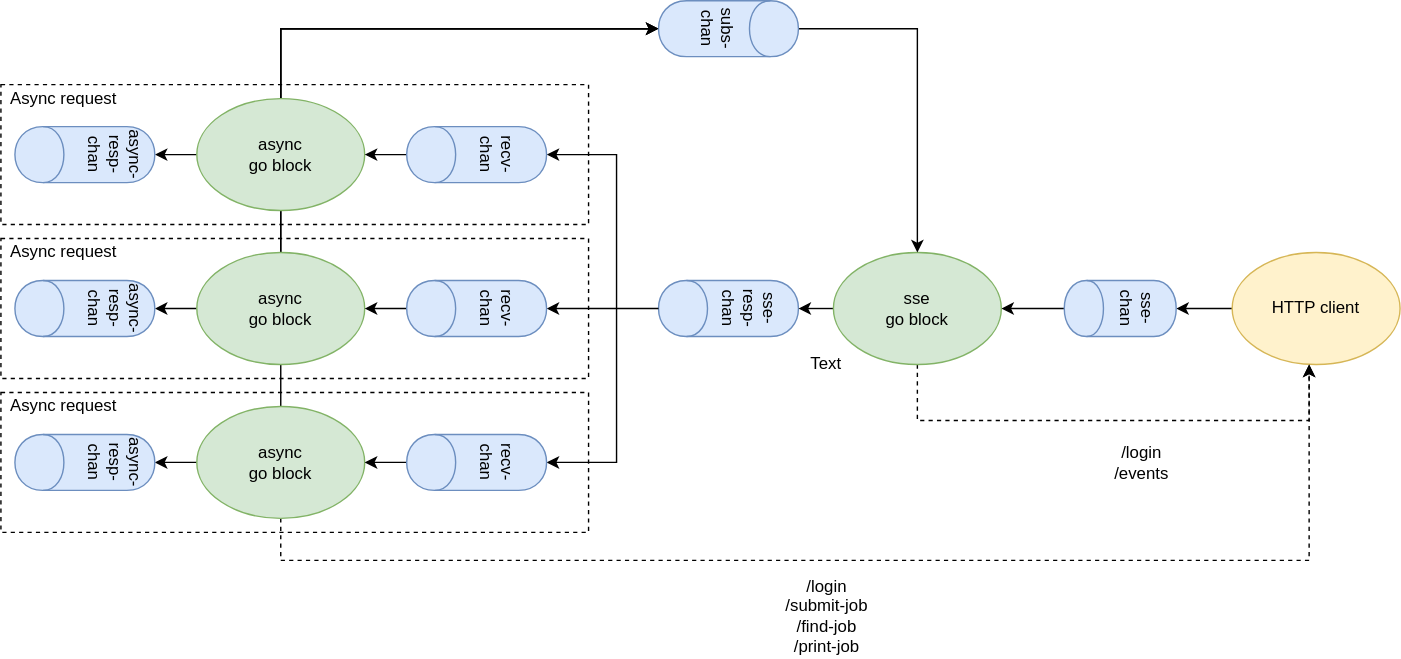
The draw.io diagram docs/clj-salt-api.svg in mkurtak/clj-salt-api, before a commit. Source tidied: cells renumbered, new cells last; positions are measured from the earlier drawing's top-left corner, leaving out a move shared by most shapes.
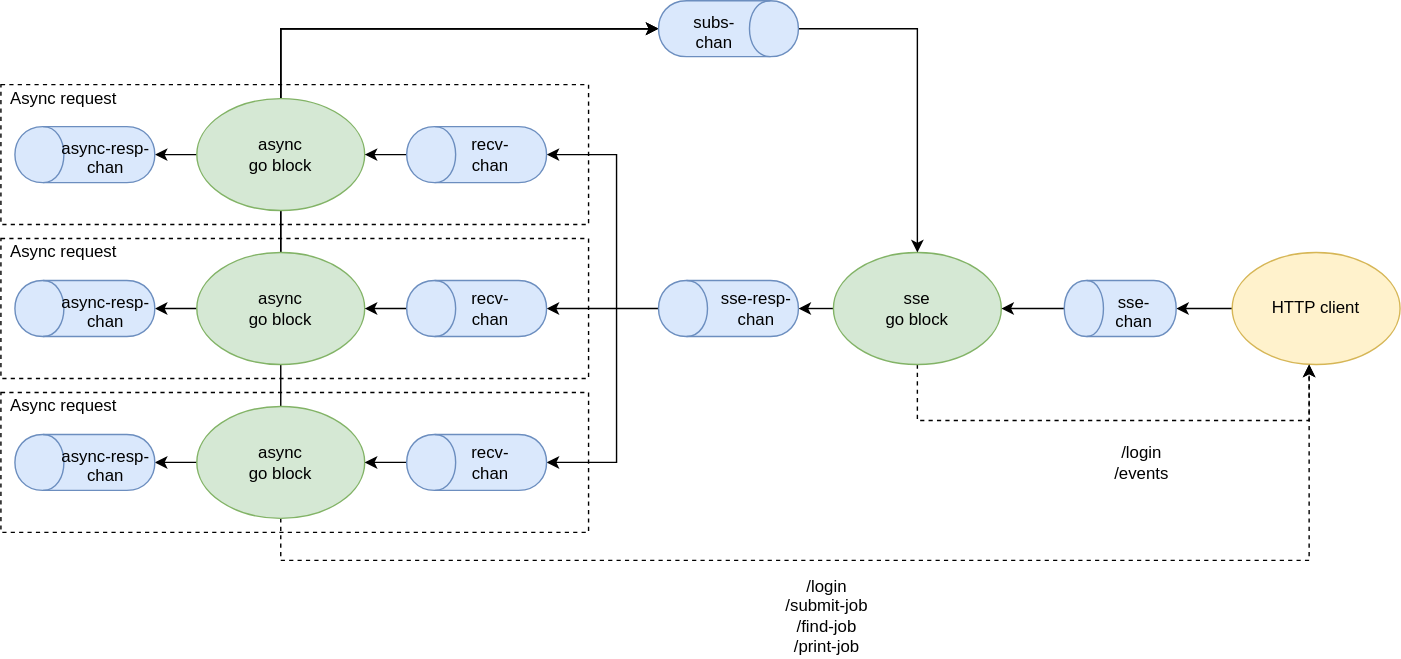
After the commit.

Change to the diagram source:
```diff
@@ -19,9 +19,6 @@
         </Array>
       </mxGeometry>
     </mxCell>
-    <mxCell id="6" value="sse-resp-chan&lt;br&gt;" style="shape=cylinder;whiteSpace=wrap;boundedLbl=1;backgroundOutline=1;rotation=90;fillColor=#dae8fc;strokeColor=#6c8ebf;flipH=0;direction=east;flipV=1;html=1;labelPosition=center;verticalLabelPosition=middle;align=center;verticalAlign=middle;" parent="1" vertex="1">
-      <mxGeometry x="500" y="200" width="40" height="100" as="geometry" />
-    </mxCell>
     <mxCell id="7" style="edgeStyle=orthogonalEdgeStyle;rounded=0;jettySize=auto;html=1;exitX=0.5;exitY=0;exitDx=0;exitDy=0;entryX=0.5;entryY=1;entryDx=0;entryDy=0;" parent="1" edge="1" source="24" target="19">
       <mxGeometry relative="1" as="geometry">
         <Array as="points">
@@ -45,9 +42,6 @@
     <mxCell id="11" style="edgeStyle=orthogonalEdgeStyle;rounded=0;jettySize=auto;html=1;exitX=0.5;exitY=1;exitDx=0;exitDy=0;" parent="1" edge="1" source="12" target="15">
       <mxGeometry relative="1" as="geometry" />
     </mxCell>
-    <mxCell id="12" value="sse-chan" style="shape=cylinder;whiteSpace=wrap;html=1;boundedLbl=1;backgroundOutline=1;rotation=90;fillColor=#dae8fc;strokeColor=#6c8ebf;flipV=1;" parent="1" vertex="1">
-      <mxGeometry x="780" y="210" width="40" height="80" as="geometry" />
-    </mxCell>
     <mxCell id="13" style="edgeStyle=orthogonalEdgeStyle;rounded=0;jettySize=auto;html=1;exitX=0;exitY=0.5;exitDx=0;exitDy=0;entryX=0.5;entryY=0;entryDx=0;entryDy=0;" parent="1" edge="1" source="15" target="6">
       <mxGeometry relative="1" as="geometry" />
     </mxCell>
@@ -78,9 +72,6 @@
     <mxCell id="18" style="edgeStyle=orthogonalEdgeStyle;rounded=0;jettySize=auto;html=1;exitX=0.5;exitY=0;exitDx=0;exitDy=0;entryX=0.5;entryY=0;entryDx=0;entryDy=0;" parent="1" edge="1" source="19" target="15">
       <mxGeometry relative="1" as="geometry" />
     </mxCell>
-    <mxCell id="19" value="&lt;div&gt;subs-chan&lt;/div&gt;&lt;div&gt;&lt;br&gt;&lt;/div&gt;" style="shape=cylinder;whiteSpace=wrap;html=1;boundedLbl=1;backgroundOutline=1;rotation=90;fillColor=#dae8fc;strokeColor=#6c8ebf;" parent="1" vertex="1">
-      <mxGeometry x="500" width="40" height="100" as="geometry" />
-    </mxCell>
     <mxCell id="20" style="edgeStyle=orthogonalEdgeStyle;rounded=0;jettySize=auto;html=1;exitX=0;exitY=0.5;exitDx=0;exitDy=0;" parent="1" edge="1" source="22" target="36">
       <mxGeometry relative="1" as="geometry" />
     </mxCell>
@@ -114,39 +105,18 @@
     <mxCell id="28" style="edgeStyle=orthogonalEdgeStyle;rounded=0;jettySize=auto;html=1;exitX=0.5;exitY=1;exitDx=0;exitDy=0;entryX=1;entryY=0.5;entryDx=0;entryDy=0;" parent="1" edge="1" source="29" target="22">
       <mxGeometry relative="1" as="geometry" />
     </mxCell>
-    <mxCell id="29" value="recv-chan" style="shape=cylinder;whiteSpace=wrap;html=1;boundedLbl=1;backgroundOutline=1;rotation=90;fillColor=#dae8fc;strokeColor=#6c8ebf;flipH=1;flipV=1;" parent="1" vertex="1">
-      <mxGeometry x="320" y="90" width="40" height="100" as="geometry" />
-    </mxCell>
     <mxCell id="30" style="edgeStyle=orthogonalEdgeStyle;rounded=0;jettySize=auto;html=1;exitX=0.5;exitY=1;exitDx=0;exitDy=0;entryX=1;entryY=0.5;entryDx=0;entryDy=0;" parent="1" edge="1" source="31" target="24">
       <mxGeometry relative="1" as="geometry" />
     </mxCell>
-    <mxCell id="31" value="recv-chan" style="shape=cylinder;whiteSpace=wrap;html=1;boundedLbl=1;backgroundOutline=1;rotation=90;fillColor=#dae8fc;strokeColor=#6c8ebf;flipV=1;" parent="1" vertex="1">
-      <mxGeometry x="320" y="200" width="40" height="100" as="geometry" />
-    </mxCell>
     <mxCell id="32" style="edgeStyle=orthogonalEdgeStyle;rounded=0;jettySize=auto;html=1;exitX=0.5;exitY=1;exitDx=0;exitDy=0;entryX=1;entryY=0.5;entryDx=0;entryDy=0;" parent="1" edge="1" source="33" target="27">
       <mxGeometry relative="1" as="geometry" />
     </mxCell>
-    <mxCell id="33" value="recv-chan" style="shape=cylinder;whiteSpace=wrap;html=1;boundedLbl=1;backgroundOutline=1;rotation=90;fillColor=#dae8fc;strokeColor=#6c8ebf;flipV=1;" parent="1" vertex="1">
-      <mxGeometry x="320" y="310" width="40" height="100" as="geometry" />
-    </mxCell>
-    <mxCell id="34" value="&lt;div&gt;async-&lt;/div&gt;&lt;div&gt;resp-chan&lt;/div&gt;&lt;div&gt;&lt;br&gt;&lt;/div&gt;" style="shape=cylinder;whiteSpace=wrap;html=1;boundedLbl=1;backgroundOutline=1;rotation=90;fillColor=#dae8fc;strokeColor=#6c8ebf;flipV=1;" parent="1" vertex="1">
-      <mxGeometry x="40" y="310" width="40" height="100" as="geometry" />
-    </mxCell>
-    <mxCell id="35" value="&lt;div&gt;async-resp-chan&lt;/div&gt;&lt;div&gt;&lt;br&gt;&lt;/div&gt;" style="shape=cylinder;whiteSpace=wrap;html=1;boundedLbl=1;backgroundOutline=1;rotation=90;fillColor=#dae8fc;strokeColor=#6c8ebf;flipV=1;" parent="1" vertex="1">
-      <mxGeometry x="40" y="200" width="40" height="100" as="geometry" />
-    </mxCell>
-    <mxCell id="36" value="async-resp-chan&lt;div&gt;&lt;br&gt;&lt;/div&gt;" style="shape=cylinder;whiteSpace=wrap;html=1;boundedLbl=1;backgroundOutline=1;rotation=90;fillColor=#dae8fc;strokeColor=#6c8ebf;flipV=1;" parent="1" vertex="1">
-      <mxGeometry x="40" y="90" width="40" height="100" as="geometry" />
-    </mxCell>
     <mxCell id="37" value="/login&lt;br&gt;&lt;div&gt;/events&lt;/div&gt;" style="text;html=1;align=center;verticalAlign=middle;" parent="1" vertex="1">
       <mxGeometry x="790" y="345" width="50" height="30" as="geometry" />
     </mxCell>
     <mxCell id="38" value="/login&lt;div&gt;/submit-job&lt;/div&gt;&lt;div&gt;/find-job&lt;/div&gt;&lt;div&gt;/print-job&lt;br&gt;&lt;/div&gt;" style="text;html=1;align=center;verticalAlign=middle;" parent="1" vertex="1">
       <mxGeometry x="555" y="440" width="70" height="60" as="geometry" />
     </mxCell>
-    <mxCell id="39" value="Text" style="text;html=1;strokeColor=none;fillColor=none;align=center;verticalAlign=middle;whiteSpace=wrap;rounded=0;dashed=1;" parent="1" vertex="1">
-      <mxGeometry x="570" y="280" width="40" height="20" as="geometry" />
-    </mxCell>
     <mxCell id="40" value="Async request" style="text;html=1;strokeColor=none;fillColor=none;align=center;verticalAlign=middle;whiteSpace=wrap;rounded=0;dashed=1;" parent="1" vertex="1">
       <mxGeometry y="90" width="90" height="20" as="geometry" />
     </mxCell>
@@ -156,5 +126,86 @@
     <mxCell id="42" value="Async request" style="text;html=1;strokeColor=none;fillColor=none;align=center;verticalAlign=middle;whiteSpace=wrap;rounded=0;dashed=1;" parent="1" vertex="1">
       <mxGeometry y="310" width="90" height="20" as="geometry" />
     </mxCell>
+    <mxCell id="43" style="group;" parent="1" vertex="1">
+      <mxGeometry x="470" y="30" width="100" height="40" as="geometry" />
+    </mxCell>
+    <mxCell id="19" style="shape=cylinder;whiteSpace=wrap;html=1;boundedLbl=1;backgroundOutline=1;rotation=90;fillColor=#dae8fc;strokeColor=#6c8ebf;" parent="43" vertex="1">
+      <mxGeometry x="30" y="-30" width="40" height="100" as="geometry" />
+    </mxCell>
+    <mxCell id="44" value="&lt;div&gt;subs-chan&lt;/div&gt;&lt;div&gt;&lt;br&gt;&lt;/div&gt;" style="text;html=1;strokeColor=none;fillColor=none;align=center;verticalAlign=middle;whiteSpace=wrap;rounded=0;" parent="43" vertex="1">
+      <mxGeometry x="20" y="20" width="40" height="20" as="geometry" />
+    </mxCell>
+    <mxCell id="45" style="group;" parent="1" vertex="1">
+      <mxGeometry x="470" y="230" width="100" height="40" as="geometry" />
+    </mxCell>
+    <mxCell id="6" style="shape=cylinder;whiteSpace=wrap;boundedLbl=1;backgroundOutline=1;rotation=90;fillColor=#dae8fc;strokeColor=#6c8ebf;flipH=0;direction=east;flipV=1;html=1;labelPosition=center;verticalLabelPosition=middle;align=center;verticalAlign=middle;" parent="45" vertex="1">
+      <mxGeometry x="30" y="-30" width="40" height="100" as="geometry" />
+    </mxCell>
+    <mxCell id="46" value="sse-resp-chan&lt;br&gt;" style="text;html=1;strokeColor=none;fillColor=none;align=center;verticalAlign=middle;whiteSpace=wrap;rounded=0;" parent="45" vertex="1">
+      <mxGeometry x="40" y="10" width="60" height="20" as="geometry" />
+    </mxCell>
+    <mxCell id="47" style="group;" parent="1" vertex="1">
+      <mxGeometry x="760" y="230" width="80" height="40" as="geometry" />
+    </mxCell>
+    <mxCell id="12" style="shape=cylinder;whiteSpace=wrap;html=1;boundedLbl=1;backgroundOutline=1;rotation=90;fillColor=#dae8fc;strokeColor=#6c8ebf;flipV=1;" parent="47" vertex="1">
+      <mxGeometry x="20" y="-20" width="40" height="80" as="geometry" />
+    </mxCell>
+    <mxCell id="48" value="sse-chan&lt;div&gt;&lt;br&gt;&lt;/div&gt;" style="text;html=1;strokeColor=none;fillColor=none;align=center;verticalAlign=middle;whiteSpace=wrap;rounded=0;" parent="47" vertex="1">
+      <mxGeometry x="30" y="20" width="40" height="20" as="geometry" />
+    </mxCell>
+    <mxCell id="49" style="group;" parent="1" vertex="1">
+      <mxGeometry x="290" y="120" width="100" height="40" as="geometry" />
+    </mxCell>
+    <mxCell id="29" style="shape=cylinder;whiteSpace=wrap;html=1;boundedLbl=1;backgroundOutline=1;rotation=90;fillColor=#dae8fc;strokeColor=#6c8ebf;flipH=1;flipV=1;" parent="49" vertex="1">
+      <mxGeometry x="30" y="-30" width="40" height="100" as="geometry" />
+    </mxCell>
+    <mxCell id="50" value="&lt;div&gt;recv-chan&lt;/div&gt;" style="text;html=1;strokeColor=none;fillColor=none;align=center;verticalAlign=middle;whiteSpace=wrap;rounded=0;" parent="49" vertex="1">
+      <mxGeometry x="40" y="10" width="40" height="20" as="geometry" />
+    </mxCell>
+    <mxCell id="51" style="group;" parent="1" vertex="1">
+      <mxGeometry x="290" y="230" width="100" height="40" as="geometry" />
+    </mxCell>
+    <mxCell id="31" style="shape=cylinder;whiteSpace=wrap;html=1;boundedLbl=1;backgroundOutline=1;rotation=90;fillColor=#dae8fc;strokeColor=#6c8ebf;flipV=1;" parent="51" vertex="1">
+      <mxGeometry x="30" y="-30" width="40" height="100" as="geometry" />
+    </mxCell>
+    <mxCell id="52" value="&lt;div&gt;recv-chan&lt;/div&gt;" style="text;html=1;strokeColor=none;fillColor=none;align=center;verticalAlign=middle;whiteSpace=wrap;rounded=0;" parent="51" vertex="1">
+      <mxGeometry x="40" y="10" width="40" height="20" as="geometry" />
+    </mxCell>
+    <mxCell id="53" style="group;" parent="1" vertex="1">
+      <mxGeometry x="290" y="340" width="100" height="40" as="geometry" />
+    </mxCell>
+    <mxCell id="33" style="shape=cylinder;whiteSpace=wrap;html=1;boundedLbl=1;backgroundOutline=1;rotation=90;fillColor=#dae8fc;strokeColor=#6c8ebf;flipV=1;" parent="53" vertex="1">
+      <mxGeometry x="30" y="-30" width="40" height="100" as="geometry" />
+    </mxCell>
+    <mxCell id="54" value="&lt;div&gt;recv-chan&lt;/div&gt;" style="text;html=1;strokeColor=none;fillColor=none;align=center;verticalAlign=middle;whiteSpace=wrap;rounded=0;" parent="53" vertex="1">
+      <mxGeometry x="40" y="10" width="40" height="20" as="geometry" />
+    </mxCell>
+    <mxCell id="55" style="group;" parent="1" vertex="1">
+      <mxGeometry x="10" y="340" width="100" height="40" as="geometry" />
+    </mxCell>
+    <mxCell id="34" style="shape=cylinder;whiteSpace=wrap;html=1;boundedLbl=1;backgroundOutline=1;rotation=90;fillColor=#dae8fc;strokeColor=#6c8ebf;flipV=1;" parent="55" vertex="1">
+      <mxGeometry x="30" y="-30" width="40" height="100" as="geometry" />
+    </mxCell>
+    <mxCell id="56" value="async-resp-chan&lt;div&gt;&lt;br&gt;&lt;/div&gt;" style="text;html=1;strokeColor=none;fillColor=none;align=center;verticalAlign=middle;whiteSpace=wrap;rounded=0;" parent="55" vertex="1">
+      <mxGeometry x="30" y="20" width="70" height="20" as="geometry" />
+    </mxCell>
+    <mxCell id="57" style="group;" parent="1" vertex="1">
+      <mxGeometry x="10" y="230" width="100" height="40" as="geometry" />
+    </mxCell>
+    <mxCell id="35" style="shape=cylinder;whiteSpace=wrap;html=1;boundedLbl=1;backgroundOutline=1;rotation=90;fillColor=#dae8fc;strokeColor=#6c8ebf;flipV=1;" parent="57" vertex="1">
+      <mxGeometry x="30" y="-30" width="40" height="100" as="geometry" />
+    </mxCell>
+    <mxCell id="58" value="async-resp-chan&lt;div&gt;&lt;br&gt;&lt;/div&gt;" style="text;html=1;strokeColor=none;fillColor=none;align=center;verticalAlign=middle;whiteSpace=wrap;rounded=0;" parent="57" vertex="1">
+      <mxGeometry x="30" y="20" width="70" height="20" as="geometry" />
+    </mxCell>
+    <mxCell id="59" style="group;" parent="1" vertex="1">
+      <mxGeometry x="10" y="120" width="100" height="40" as="geometry" />
+    </mxCell>
+    <mxCell id="36" style="shape=cylinder;whiteSpace=wrap;html=1;boundedLbl=1;backgroundOutline=1;rotation=90;fillColor=#dae8fc;strokeColor=#6c8ebf;flipV=1;" parent="59" vertex="1">
+      <mxGeometry x="30" y="-30" width="40" height="100" as="geometry" />
+    </mxCell>
+    <mxCell id="60" value="async-resp-chan&lt;div&gt;&lt;br&gt;&lt;/div&gt;" style="text;html=1;strokeColor=none;fillColor=none;align=center;verticalAlign=middle;whiteSpace=wrap;rounded=0;" parent="59" vertex="1">
+      <mxGeometry x="30" y="20" width="70" height="20" as="geometry" />
+    </mxCell>
   </root>
 </mxGraphModel>
```
